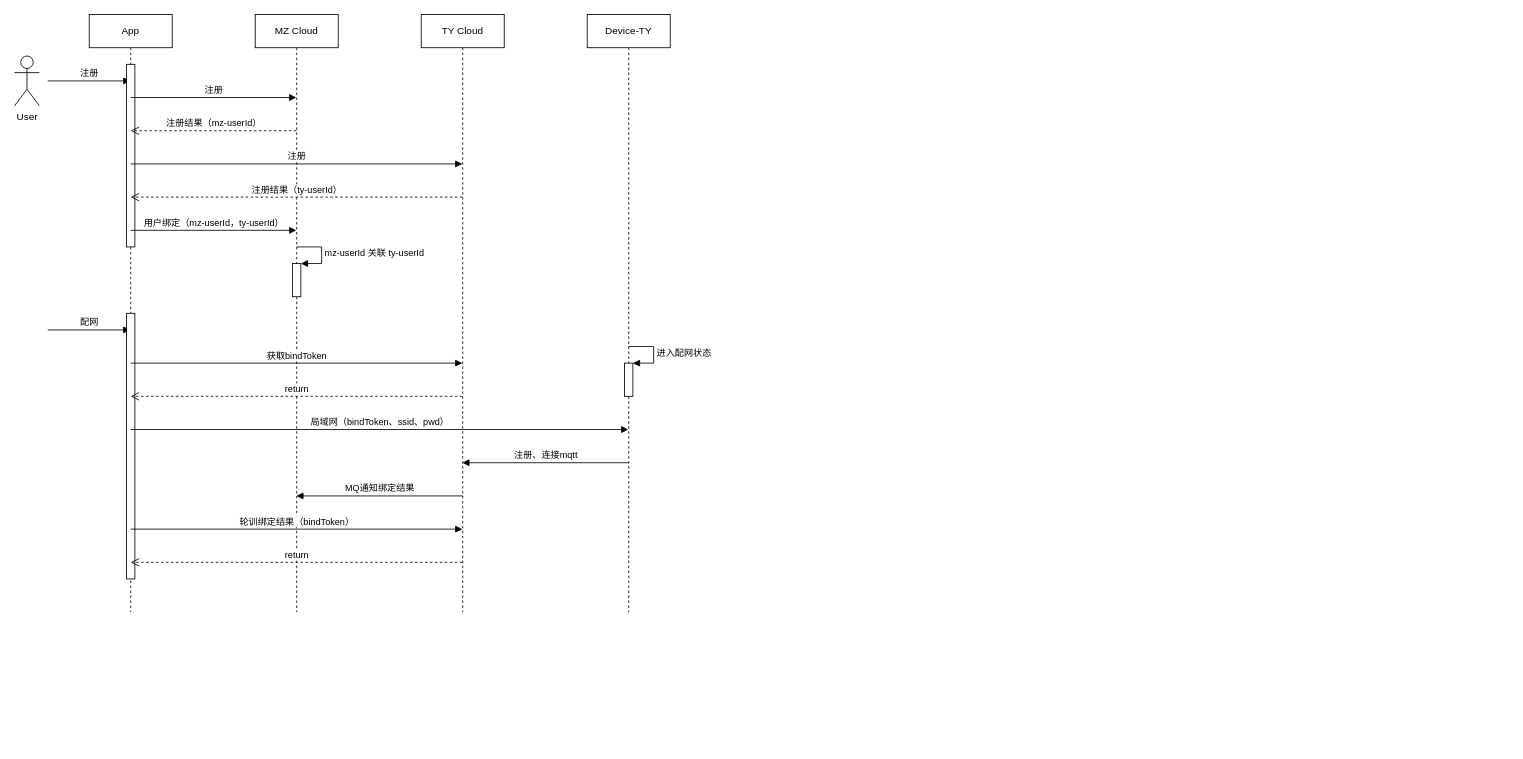
This is 设备配网-TY.drawio from Jeff-Junfang/PNG, a draw.io file, before an edit. Source tidied: cells renumbered, new cells numbered last; positions are measured from the earlier drawing's top-left corner, leaving out a move shared by most shapes. Both pictures are drawn from the tidied source at 83%, with x=0, y=0 at pixel (14, 14).
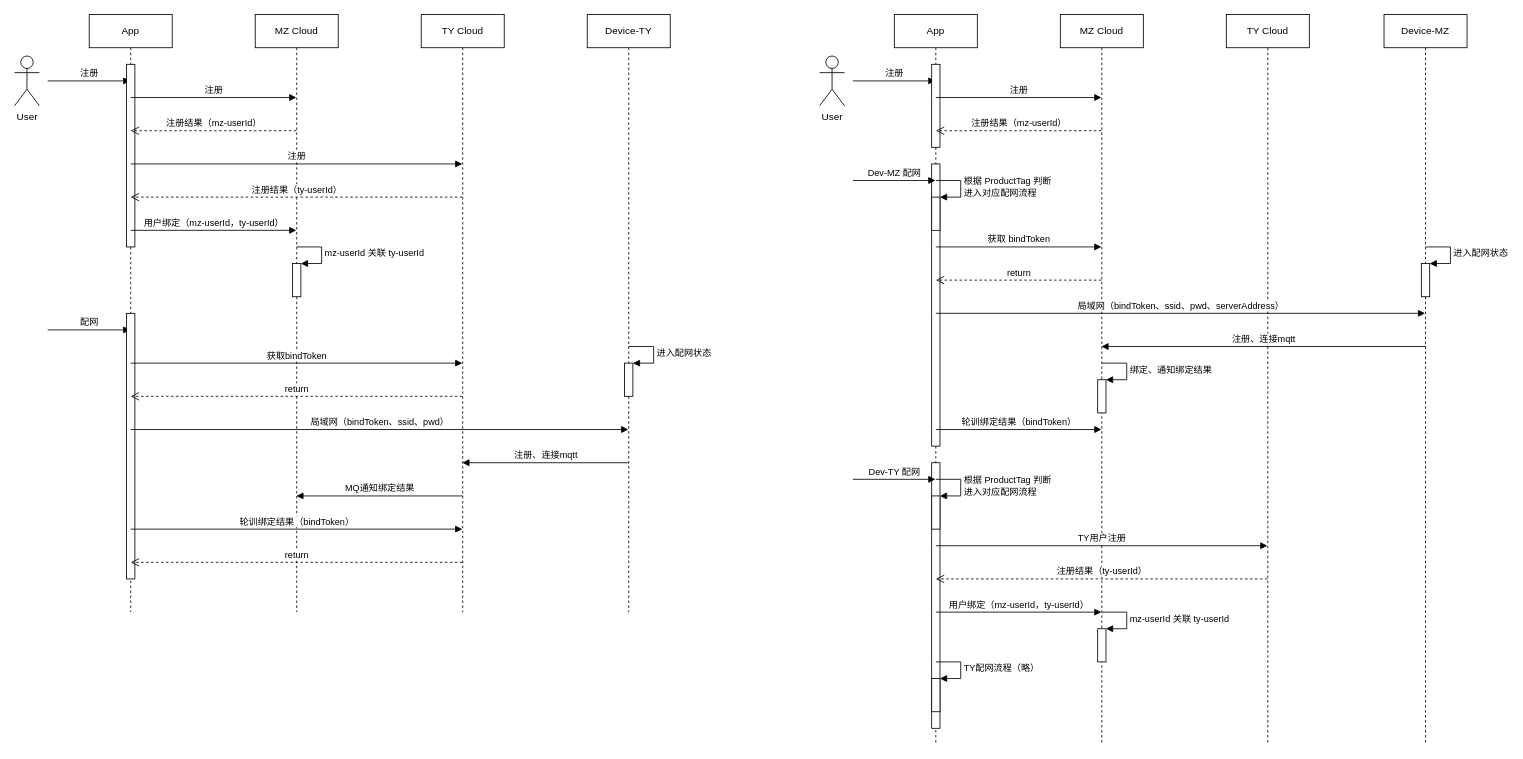
The same page after the edit.

The edit, as a diff of the source:
```diff
@@
+    <mxCell id="27" value="User" style="shape=umlActor;verticalLabelPosition=bottom;verticalAlign=top;html=1;" parent="1" vertex="1">
+      <mxGeometry x="970" y="50" width="30" height="60" as="geometry" />
+    </mxCell>
+    <mxCell id="28" value="TY Cloud" style="shape=umlLifeline;perimeter=lifelinePerimeter;whiteSpace=wrap;html=1;outlineConnect=0;" parent="1" vertex="1">
+      <mxGeometry x="1460" width="100" height="880" as="geometry" />
+    </mxCell>
+    <mxCell id="29" value="MZ Cloud" style="shape=umlLifeline;perimeter=lifelinePerimeter;whiteSpace=wrap;html=1;outlineConnect=0;" parent="1" vertex="1">
+      <mxGeometry x="1260" width="100" height="880" as="geometry" />
+    </mxCell>
+    <mxCell id="30" style="html=1;points=[];perimeter=orthogonalPerimeter;" parent="29" vertex="1">
+      <mxGeometry x="45" y="440" width="10" height="40" as="geometry" />
+    </mxCell>
+    <mxCell id="31" value="绑定、通知绑定结果" style="edgeStyle=orthogonalEdgeStyle;html=1;align=left;spacingLeft=2;endArrow=block;rounded=0;entryX=1;entryY=0;" parent="29" edge="1" target="30">
+      <mxGeometry relative="1" as="geometry">
+        <mxPoint x="50" y="420" as="sourcePoint" />
+        <Array as="points">
+          <mxPoint x="80" y="420" />
+        </Array>
+      </mxGeometry>
+    </mxCell>
+    <mxCell id="32" value="注册" style="html=1;verticalAlign=bottom;endArrow=block;" parent="1" edge="1" target="33">
+      <mxGeometry relative="1" as="geometry">
+        <mxPoint x="1010" y="80" as="sourcePoint" />
+      </mxGeometry>
+    </mxCell>
+    <mxCell id="33" value="App" style="shape=umlLifeline;perimeter=lifelinePerimeter;whiteSpace=wrap;html=1;outlineConnect=0;" parent="1" vertex="1">
+      <mxGeometry x="1060" width="100" height="880" as="geometry" />
+    </mxCell>
+    <mxCell id="34" style="html=1;perimeter=orthogonalPerimeter;" parent="33" vertex="1">
+      <mxGeometry x="45" y="540" width="10" height="320" as="geometry" />
+    </mxCell>
+    <mxCell id="35" style="html=1;perimeter=orthogonalPerimeter;" parent="33" vertex="1">
+      <mxGeometry x="45" y="180" width="10" height="340" as="geometry" />
+    </mxCell>
+    <mxCell id="36" style="html=1;perimeter=orthogonalPerimeter;" parent="33" vertex="1">
+      <mxGeometry x="45" y="60" width="10" height="100" as="geometry" />
+    </mxCell>
+    <mxCell id="37" value="注册" style="html=1;verticalAlign=bottom;endArrow=block;" parent="33" edge="1" target="29">
+      <mxGeometry relative="1" as="geometry">
+        <mxPoint x="50" y="100" as="sourcePoint" />
+      </mxGeometry>
+    </mxCell>
+    <mxCell id="38" value="注册结果（mz-userId）" style="html=1;verticalAlign=bottom;endArrow=open;dashed=1;endSize=8;" parent="33" edge="1" source="29">
+      <mxGeometry relative="1" as="geometry">
+        <mxPoint x="50" y="140" as="targetPoint" />
+      </mxGeometry>
+    </mxCell>
+    <mxCell id="39" style="html=1;points=[];perimeter=orthogonalPerimeter;" parent="33" vertex="1">
+      <mxGeometry x="45" y="220" width="10" height="40" as="geometry" />
+    </mxCell>
+    <mxCell id="40" value="根据 ProductTag 判断&lt;br&gt;进入对应配网流程" style="edgeStyle=orthogonalEdgeStyle;html=1;align=left;spacingLeft=2;endArrow=block;rounded=0;entryX=1;entryY=0;" parent="33" edge="1" target="39">
+      <mxGeometry relative="1" as="geometry">
+        <mxPoint x="50" y="200" as="sourcePoint" />
+        <Array as="points">
+          <mxPoint x="80" y="200" />
+        </Array>
+      </mxGeometry>
+    </mxCell>
+    <mxCell id="41" value="获取 bindToken" style="html=1;verticalAlign=bottom;endArrow=block;" parent="33" edge="1" target="29">
+      <mxGeometry relative="1" as="geometry">
+        <mxPoint x="50" y="280" as="sourcePoint" />
+      </mxGeometry>
+    </mxCell>
+    <mxCell id="42" value="return" style="html=1;verticalAlign=bottom;endArrow=open;dashed=1;endSize=8;" parent="33" edge="1" source="29">
+      <mxGeometry relative="1" as="geometry">
+        <mxPoint x="50" y="320" as="targetPoint" />
+      </mxGeometry>
+    </mxCell>
+    <mxCell id="43" value="局域网（bindToken、ssid、pwd、serverAddress）" style="html=1;verticalAlign=bottom;endArrow=block;" parent="33" edge="1" target="52">
+      <mxGeometry relative="1" as="geometry">
+        <mxPoint x="50" y="360" as="sourcePoint" />
+      </mxGeometry>
+    </mxCell>
+    <mxCell id="44" value="轮训绑定结果（bindToken）" style="html=1;verticalAlign=bottom;endArrow=block;" parent="33" edge="1" target="29">
+      <mxGeometry relative="1" as="geometry">
+        <mxPoint x="50" y="500" as="sourcePoint" />
+      </mxGeometry>
+    </mxCell>
+    <mxCell id="45" style="html=1;points=[];perimeter=orthogonalPerimeter;" parent="33" vertex="1">
+      <mxGeometry x="45" y="580" width="10" height="40" as="geometry" />
+    </mxCell>
+    <mxCell id="46" value="根据 ProductTag 判断&lt;br&gt;进入对应配网流程" style="edgeStyle=orthogonalEdgeStyle;html=1;align=left;spacingLeft=2;endArrow=block;rounded=0;entryX=1;entryY=0;" parent="33" edge="1" target="45">
+      <mxGeometry relative="1" as="geometry">
+        <mxPoint x="50" y="560" as="sourcePoint" />
+        <Array as="points">
+          <mxPoint x="80" y="560" />
+        </Array>
+      </mxGeometry>
+    </mxCell>
+    <mxCell id="47" value="TY用户注册" style="html=1;verticalAlign=bottom;endArrow=block;" parent="33" edge="1" target="28">
+      <mxGeometry relative="1" as="geometry">
+        <mxPoint x="50" y="640" as="sourcePoint" />
+      </mxGeometry>
+    </mxCell>
+    <mxCell id="48" value="注册结果（ty-userId）" style="html=1;verticalAlign=bottom;endArrow=open;dashed=1;endSize=8;" parent="33" edge="1" source="28">
+      <mxGeometry relative="1" as="geometry">
+        <mxPoint x="50" y="680" as="targetPoint" />
+      </mxGeometry>
+    </mxCell>
+    <mxCell id="49" value="用户绑定（mz-userId，ty-userId）" style="html=1;verticalAlign=bottom;endArrow=block;" parent="33" edge="1" target="29">
+      <mxGeometry relative="1" as="geometry">
+        <mxPoint x="50" y="720" as="sourcePoint" />
+      </mxGeometry>
+    </mxCell>
+    <mxCell id="50" style="html=1;points=[];perimeter=orthogonalPerimeter;" parent="33" vertex="1">
+      <mxGeometry x="45" y="800" width="10" height="40" as="geometry" />
+    </mxCell>
+    <mxCell id="51" value="TY配网流程（略）" style="edgeStyle=orthogonalEdgeStyle;html=1;align=left;spacingLeft=2;endArrow=block;rounded=0;entryX=1;entryY=0;" parent="33" edge="1" target="50">
+      <mxGeometry relative="1" as="geometry">
+        <mxPoint x="50" y="780" as="sourcePoint" />
+        <Array as="points">
+          <mxPoint x="80" y="780" />
+        </Array>
+      </mxGeometry>
+    </mxCell>
+    <mxCell id="52" value="Device-MZ" style="shape=umlLifeline;perimeter=lifelinePerimeter;whiteSpace=wrap;html=1;outlineConnect=0;" parent="1" vertex="1">
+      <mxGeometry x="1650" width="100" height="880" as="geometry" />
+    </mxCell>
+    <mxCell id="53" style="html=1;points=[];perimeter=orthogonalPerimeter;" parent="52" vertex="1">
+      <mxGeometry x="45" y="300" width="10" height="40" as="geometry" />
+    </mxCell>
+    <mxCell id="54" value="进入配网状态" style="edgeStyle=orthogonalEdgeStyle;html=1;align=left;spacingLeft=2;endArrow=block;rounded=0;entryX=1;entryY=0;" parent="52" edge="1" target="53">
+      <mxGeometry relative="1" as="geometry">
+        <mxPoint x="50" y="280" as="sourcePoint" />
+        <Array as="points">
+          <mxPoint x="80" y="280" />
+        </Array>
+      </mxGeometry>
+    </mxCell>
+    <mxCell id="55" value="注册、连接mqtt" style="html=1;verticalAlign=bottom;endArrow=block;" parent="52" edge="1" target="29">
+      <mxGeometry relative="1" as="geometry">
+        <mxPoint x="50" y="400" as="sourcePoint" />
+      </mxGeometry>
+    </mxCell>
+    <mxCell id="56" value="Dev-MZ 配网" style="html=1;verticalAlign=bottom;endArrow=block;" parent="1" edge="1" target="33">
+      <mxGeometry relative="1" as="geometry">
+        <mxPoint x="1010" y="200" as="sourcePoint" />
+      </mxGeometry>
+    </mxCell>
+    <mxCell id="57" value="Dev-TY 配网" style="html=1;verticalAlign=bottom;endArrow=block;" parent="1" edge="1" target="33">
+      <mxGeometry relative="1" as="geometry">
+        <mxPoint x="1010" y="560" as="sourcePoint" />
+      </mxGeometry>
+    </mxCell>
+    <mxCell id="58" style="html=1;points=[];perimeter=orthogonalPerimeter;" parent="1" vertex="1">
+      <mxGeometry x="1305" y="740" width="10" height="40" as="geometry" />
+    </mxCell>
+    <mxCell id="59" value="mz-userId 关联 ty-userId" style="edgeStyle=orthogonalEdgeStyle;html=1;align=left;spacingLeft=2;endArrow=block;rounded=0;entryX=1;entryY=0;" parent="1" edge="1" target="58">
+      <mxGeometry relative="1" as="geometry">
+        <mxPoint x="1310" y="720" as="sourcePoint" />
+        <Array as="points">
+          <mxPoint x="1340" y="720" />
+        </Array>
+      </mxGeometry>
+    </mxCell>
```
